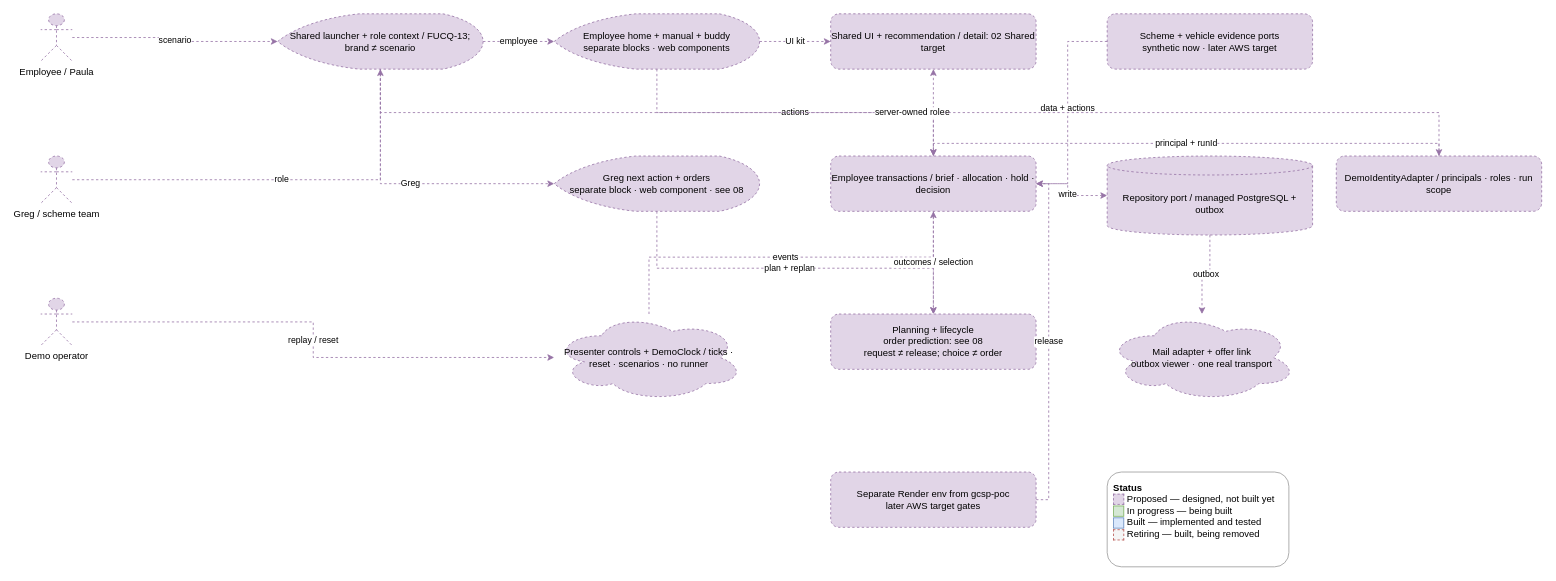
This is page "00 GCSP architecture" (1 of 12) of docs/design/high-level-design.drawio from garyscarter-ibm/vehicle-matcher, a draw.io file, before an edit. Source tidied: cells renumbered, new cells numbered last; positions are measured from the earlier drawing's top-left corner, leaving out a move shared by most shapes. Both pictures are drawn from the tidied source at 79%, with x=0, y=0 at pixel (40, 13).
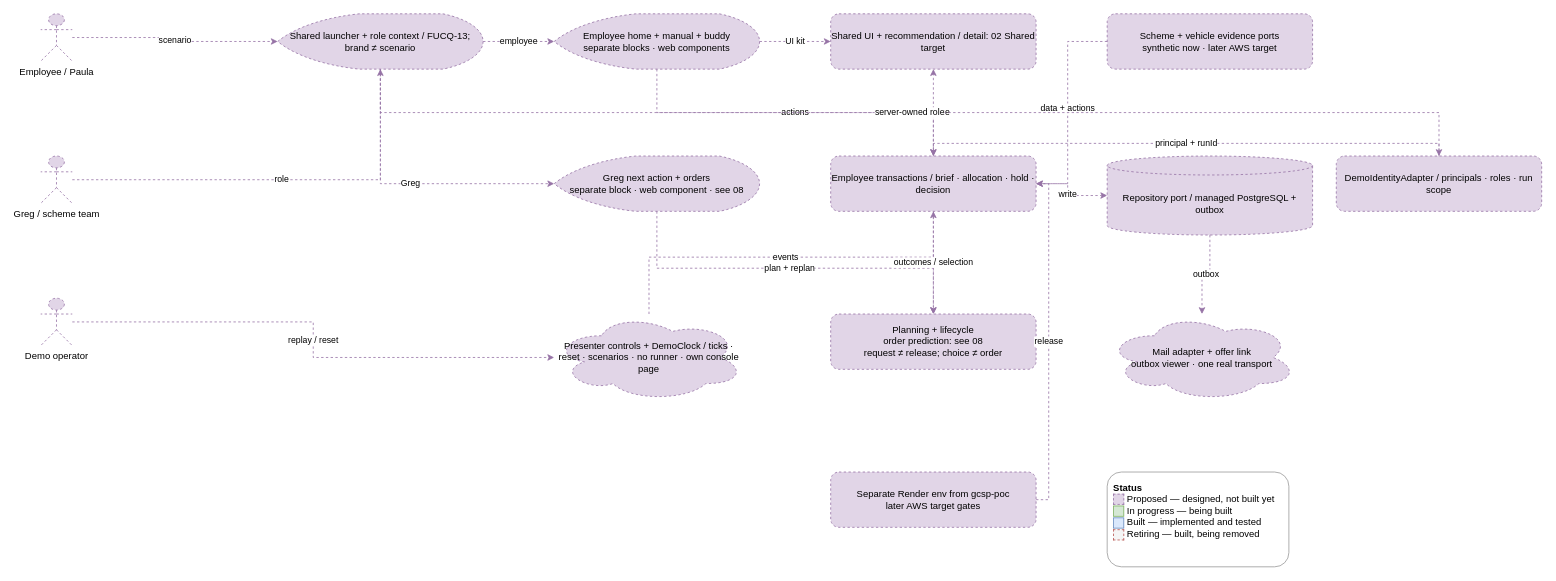
After the change.

Diff of the diagram source:
```diff
@@
-    <mxCell id="12" value="Presenter controls + DemoClock / ticks · reset · scenarios · no runner" style="ellipse;shape=cloud;whiteSpace=wrap;html=1;strokeColor=#9673a6;dashed=1;fillColor=#e1d5e7;" parent="1" vertex="1">
+    <mxCell id="12" value="Presenter controls + DemoClock / ticks · reset · scenarios · no runner · own console page" style="ellipse;shape=cloud;whiteSpace=wrap;html=1;strokeColor=#9673a6;dashed=1;fillColor=#e1d5e7;" parent="1" vertex="1">
       <mxGeometry x="650" y="380" width="240" height="110" as="geometry" />
     </mxCell>
```
